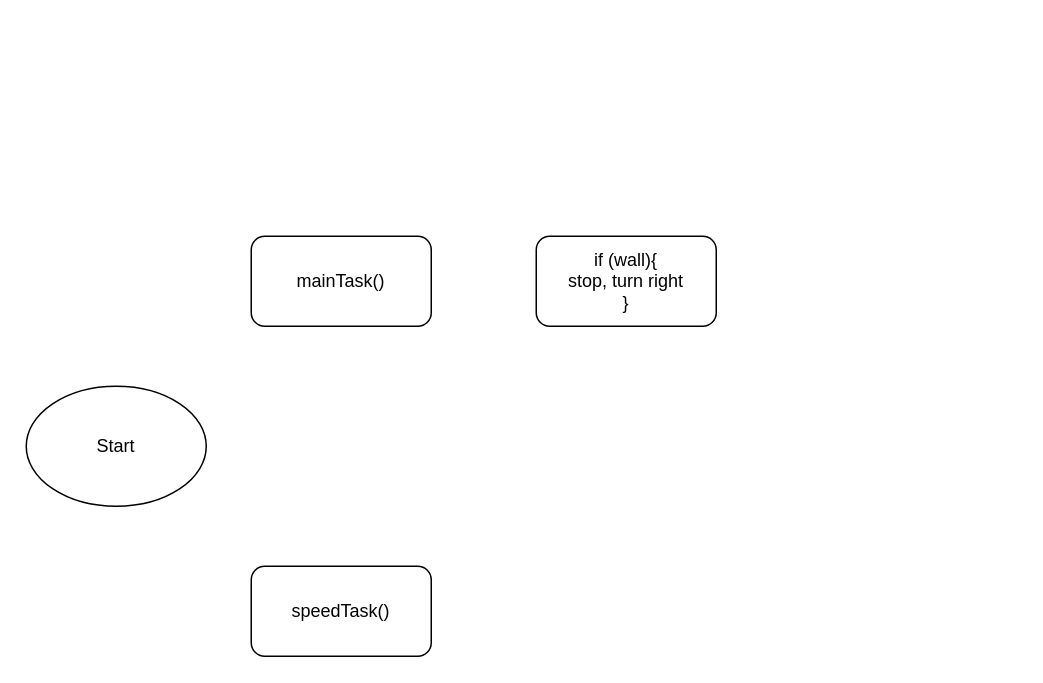
Above: Verkefni 3/Untitled Diagram.drawio in BirgirBragi/ROB2A_V23 (draw.io), before the change. Source tidied: cells renumbered, new cells numbered last; positions are measured from the earlier drawing's top-left corner, leaving out a move shared by most shapes. Both pictures are drawn from the tidied source at 150%, with x=0, y=0 at pixel (26, 236).
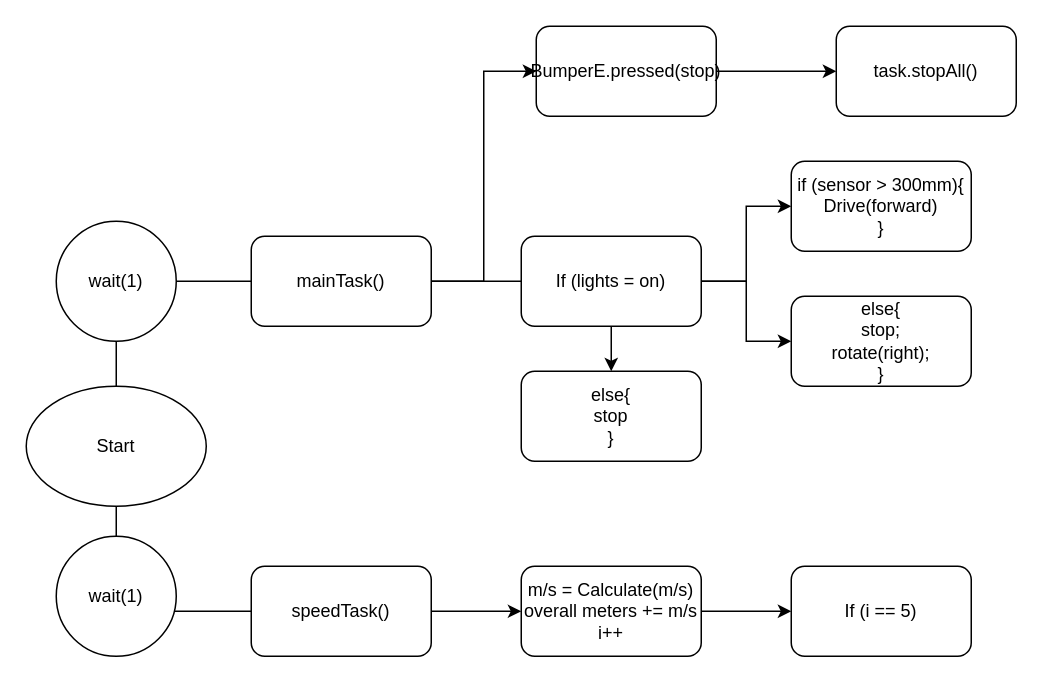
The same page after the edit.

Unchanged cells that the change refers to:
```xml
<mxCell id="2" value="Start" style="ellipse;whiteSpace=wrap;html=1;" parent="1" vertex="1">
  <mxGeometry y="100" width="120" height="80" as="geometry" />
</mxCell>
<mxCell id="3" value="mainTask()" style="rounded=1;whiteSpace=wrap;html=1;" parent="1" vertex="1">
  <mxGeometry x="150" width="120" height="60" as="geometry" />
</mxCell>
<mxCell id="4" value="speedTask()" style="rounded=1;whiteSpace=wrap;html=1;" parent="1" vertex="1">
  <mxGeometry x="150" y="220" width="120" height="60" as="geometry" />
</mxCell>
```

Diff of the diagram source:
```diff
@@
+    <mxCell id="6" style="edgeStyle=orthogonalEdgeStyle;rounded=0;jettySize=auto;html=1;" parent="1" edge="1" source="2">
+      <mxGeometry relative="1" as="geometry">
+        <mxPoint x="60" y="30" as="targetPoint" />
+      </mxGeometry>
+    </mxCell>
+    <mxCell id="7" style="edgeStyle=orthogonalEdgeStyle;rounded=0;jettySize=auto;html=1;" parent="1" edge="1" source="2">
+      <mxGeometry relative="1" as="geometry">
+        <mxPoint x="60" y="250" as="targetPoint" />
+      </mxGeometry>
+    </mxCell>
@@
+    <mxCell id="8" style="edgeStyle=orthogonalEdgeStyle;rounded=0;jettySize=auto;html=1;" parent="1" edge="1" source="3">
+      <mxGeometry relative="1" as="geometry">
+        <mxPoint x="60" y="30" as="targetPoint" />
+      </mxGeometry>
+    </mxCell>
+    <mxCell id="9" style="edgeStyle=orthogonalEdgeStyle;rounded=0;jettySize=auto;html=1;entryX=0;entryY=0.5;entryDx=0;entryDy=0;" parent="1" edge="1" source="3" target="14">
+      <mxGeometry relative="1" as="geometry" />
+    </mxCell>
@@
+    <mxCell id="10" style="edgeStyle=orthogonalEdgeStyle;rounded=0;jettySize=auto;html=1;" parent="1" edge="1" source="4">
+      <mxGeometry relative="1" as="geometry">
+        <mxPoint x="60" y="250" as="targetPoint" />
+      </mxGeometry>
+    </mxCell>
+    <mxCell id="11" style="edgeStyle=orthogonalEdgeStyle;rounded=0;jettySize=auto;html=1;" parent="1" edge="1" source="4" target="25">
+      <mxGeometry relative="1" as="geometry" />
+    </mxCell>
@@
-    <mxCell id="5" value="if (wall){&lt;br&gt;stop, turn right&lt;br&gt;}" style="rounded=1;whiteSpace=wrap;html=1;" parent="1" vertex="1">
-      <mxGeometry x="340" width="120" height="60" as="geometry" />
+    <mxCell id="5" value="if (sensor &amp;gt; 300mm){&lt;br&gt;Drive(forward)&lt;br&gt;}" style="rounded=1;whiteSpace=wrap;html=1;" parent="1" vertex="1">
+      <mxGeometry x="510" y="-50" width="120" height="60" as="geometry" />
     </mxCell>
+    <mxCell id="12" value="else{&lt;br&gt;stop;&lt;br&gt;rotate(right);&lt;br&gt;}" style="rounded=1;whiteSpace=wrap;html=1;" parent="1" vertex="1">
+      <mxGeometry x="510" y="40" width="120" height="60" as="geometry" />
+    </mxCell>
+    <mxCell id="13" style="edgeStyle=orthogonalEdgeStyle;rounded=0;jettySize=auto;html=1;" parent="1" edge="1" source="14" target="15">
+      <mxGeometry relative="1" as="geometry" />
+    </mxCell>
+    <mxCell id="14" value="BumperE.pressed(stop)" style="rounded=1;whiteSpace=wrap;html=1;" parent="1" vertex="1">
+      <mxGeometry x="340" y="-140" width="120" height="60" as="geometry" />
+    </mxCell>
+    <mxCell id="15" value="task.stopAll()" style="whiteSpace=wrap;html=1;rounded=1;" parent="1" vertex="1">
+      <mxGeometry x="540" y="-140" width="120" height="60" as="geometry" />
+    </mxCell>
+    <mxCell id="16" style="edgeStyle=orthogonalEdgeStyle;rounded=0;jettySize=auto;html=1;endArrow=none;" parent="1" edge="1" source="3" target="20">
+      <mxGeometry relative="1" as="geometry" />
+    </mxCell>
+    <mxCell id="17" style="edgeStyle=orthogonalEdgeStyle;rounded=0;jettySize=auto;html=1;" parent="1" edge="1" source="20" target="5">
+      <mxGeometry relative="1" as="geometry" />
+    </mxCell>
+    <mxCell id="18" style="edgeStyle=orthogonalEdgeStyle;rounded=0;jettySize=auto;html=1;" parent="1" edge="1" source="20" target="12">
+      <mxGeometry relative="1" as="geometry" />
+    </mxCell>
+    <mxCell id="19" style="edgeStyle=orthogonalEdgeStyle;rounded=0;jettySize=auto;html=1;" parent="1" edge="1" source="20" target="21">
+      <mxGeometry relative="1" as="geometry" />
+    </mxCell>
+    <mxCell id="20" value="If (lights = on)" style="rounded=1;whiteSpace=wrap;html=1;" parent="1" vertex="1">
+      <mxGeometry x="330" width="120" height="60" as="geometry" />
+    </mxCell>
+    <mxCell id="21" value="else{&lt;br&gt;stop&lt;br&gt;}" style="whiteSpace=wrap;html=1;rounded=1;" parent="1" vertex="1">
+      <mxGeometry x="330" y="90" width="120" height="60" as="geometry" />
+    </mxCell>
+    <mxCell id="22" value="wait(1)" style="ellipse;whiteSpace=wrap;html=1;" parent="1" vertex="1">
+      <mxGeometry x="20" y="-10" width="80" height="80" as="geometry" />
+    </mxCell>
+    <mxCell id="23" value="wait(1)" style="ellipse;whiteSpace=wrap;html=1;" parent="1" vertex="1">
+      <mxGeometry x="20" y="200" width="80" height="80" as="geometry" />
+    </mxCell>
+    <mxCell id="24" style="edgeStyle=orthogonalEdgeStyle;rounded=0;jettySize=auto;html=1;" parent="1" edge="1" source="25" target="26">
+      <mxGeometry relative="1" as="geometry" />
+    </mxCell>
+    <mxCell id="25" value="m/s = Calculate(m/s)&lt;br&gt;overall meters += m/s&lt;br&gt;i++" style="whiteSpace=wrap;html=1;rounded=1;" parent="1" vertex="1">
+      <mxGeometry x="330" y="220" width="120" height="60" as="geometry" />
+    </mxCell>
+    <mxCell id="26" value="If (i == 5)" style="whiteSpace=wrap;html=1;rounded=1;" parent="1" vertex="1">
+      <mxGeometry x="510" y="220" width="120" height="60" as="geometry" />
+    </mxCell>
```
